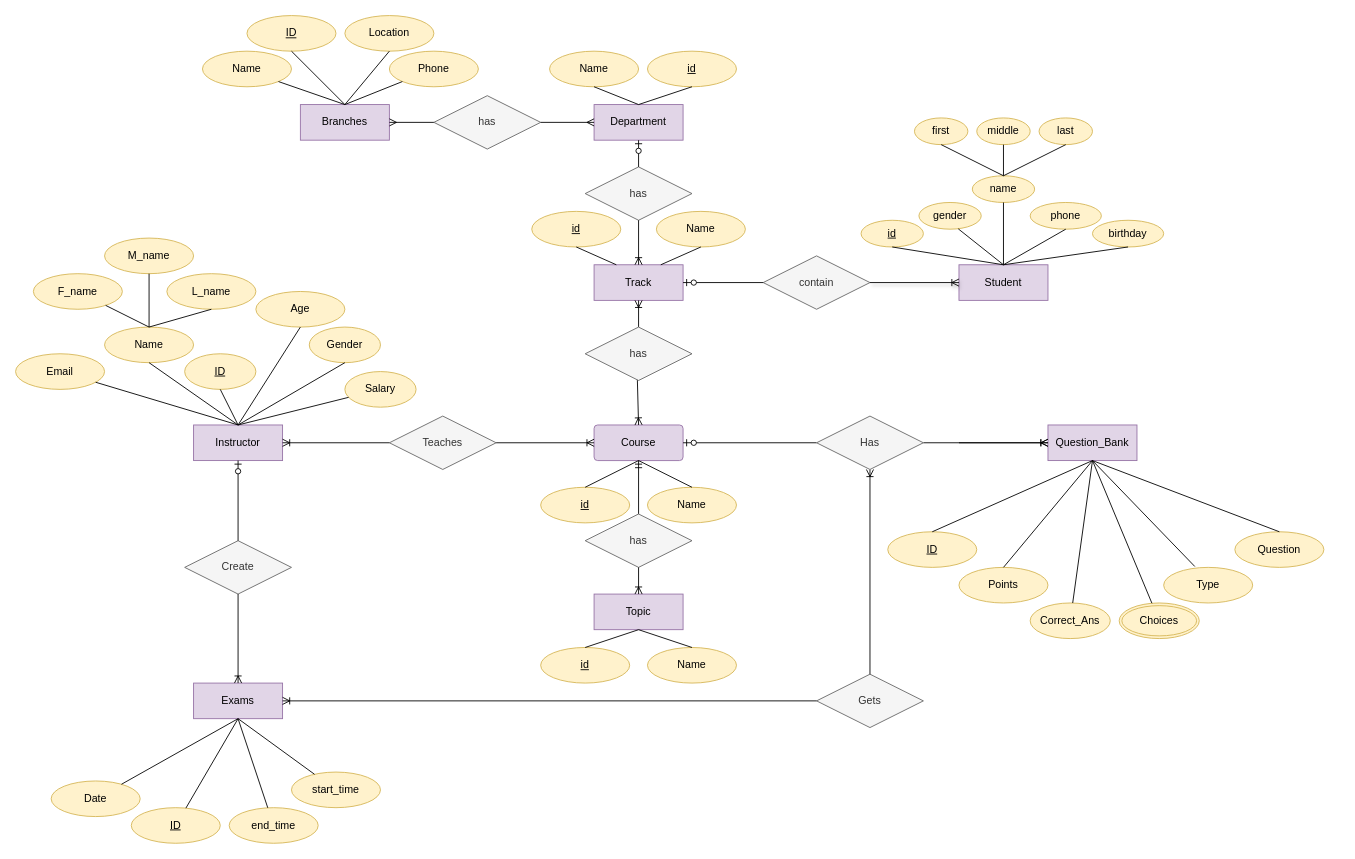
This is OnlineExaminationSystem.drawio from aya-abdelmageed/OnlineExaminationSystem, a draw.io file, before an edit. Source tidied: cells renumbered, new cells numbered last; positions are measured from the earlier drawing's top-left corner, leaving out a move shared by most shapes. Both pictures are drawn from the tidied source at 89%, with x=0, y=0 at pixel (15, 15).
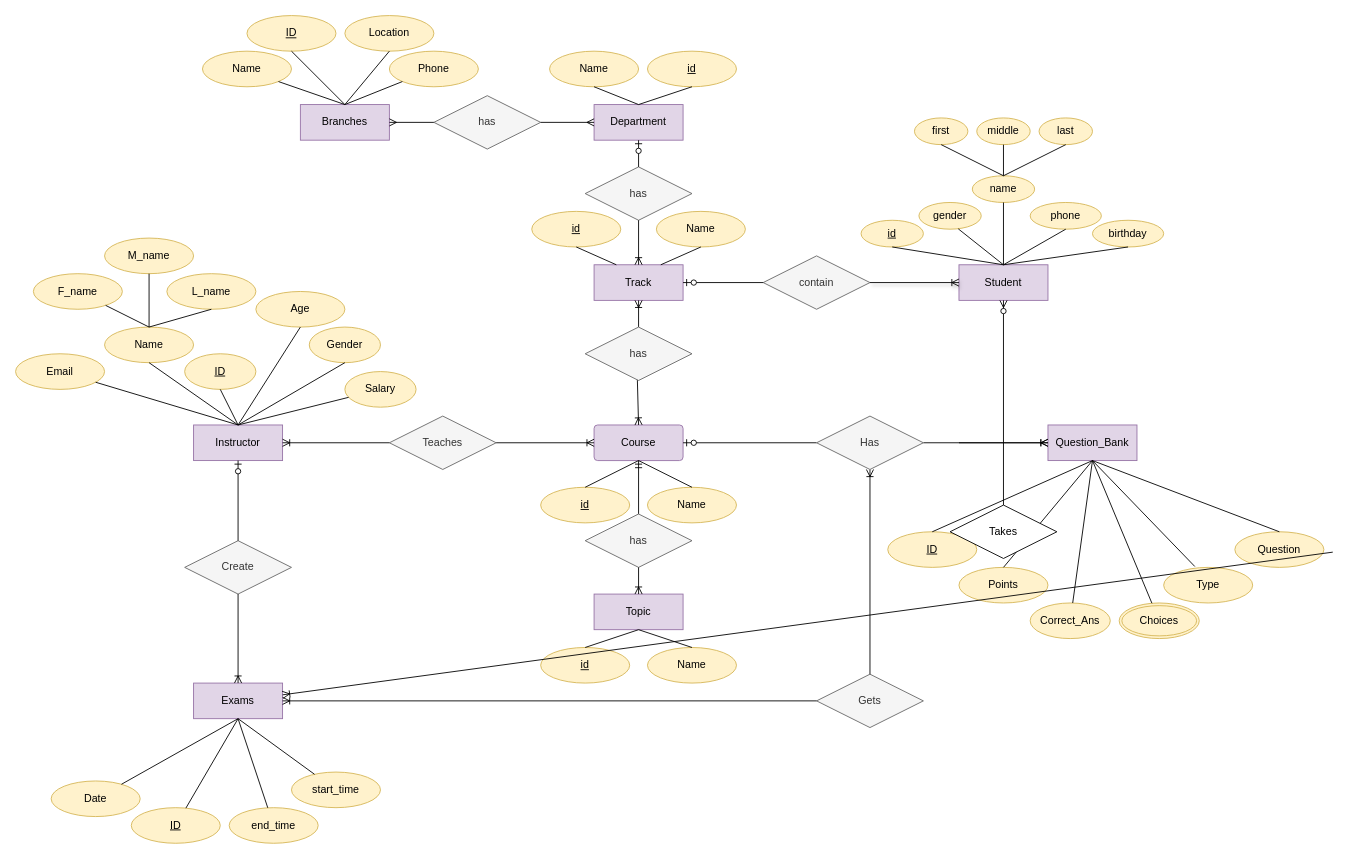
After the change.

The change refers to these unchanged cells:
```xml
<mxCell id="12" value="Date" style="ellipse;whiteSpace=wrap;html=1;align=center;fillColor=#fff2cc;strokeColor=#d6b656;" parent="1" vertex="1">
  <mxGeometry x="40" y="860" width="100" height="40" as="geometry" />
</mxCell>
<mxCell id="26" value="Exams" style="whiteSpace=wrap;html=1;align=center;fillColor=#e1d5e7;strokeColor=#9673a6;" parent="1" vertex="1">
  <mxGeometry x="200" y="750" width="100" height="40" as="geometry" />
</mxCell>
<mxCell id="79" value="Student" style="whiteSpace=wrap;html=1;align=center;fillColor=#e1d5e7;strokeColor=#9673a6;" parent="1" vertex="1">
  <mxGeometry x="1060" y="280" width="100" height="40" as="geometry" />
</mxCell>
```

What changed in the source:
```diff
@@
-    <mxCell id="33" style="endArrow=none;html=1;rounded=0;" parent="1" edge="1" source="12">
+    <mxCell id="33" style="endArrow=none;html=1;rounded=0;entryX=0.5;entryY=1;entryDx=0;entryDy=0;" parent="1" edge="1" source="12">
       <mxGeometry relative="1" as="geometry">
         <mxPoint x="250" y="790" as="targetPoint" />
       </mxGeometry>
     </mxCell>
@@
+    <mxCell id="118" value="Takes" style="shape=rhombus;perimeter=rhombusPerimeter;whiteSpace=wrap;html=1;align=center;" parent="1" vertex="1">
+      <mxGeometry x="1050" y="550" width="120" height="60" as="geometry" />
+    </mxCell>
@@
+    <mxCell id="119" style="fontSize=12;html=1;endArrow=ERzeroToMany;endFill=1;rounded=0;entryX=0.5;entryY=1;entryDx=0;entryDy=0;exitX=0.5;exitY=0;exitDx=0;exitDy=0;" parent="1" edge="1" source="118" target="79">
+      <mxGeometry relative="1" as="geometry" />
+    </mxCell>
@@
+    <mxCell id="120" style="fontSize=12;html=1;endArrow=ERoneToMany;rounded=0;exitX=0.5;exitY=1;exitDx=0;exitDy=0;" parent="1" edge="1" target="26">
+      <mxGeometry relative="1" as="geometry">
+        <mxPoint x="1480" y="602.9" as="sourcePoint" />
+      </mxGeometry>
+    </mxCell>
```
